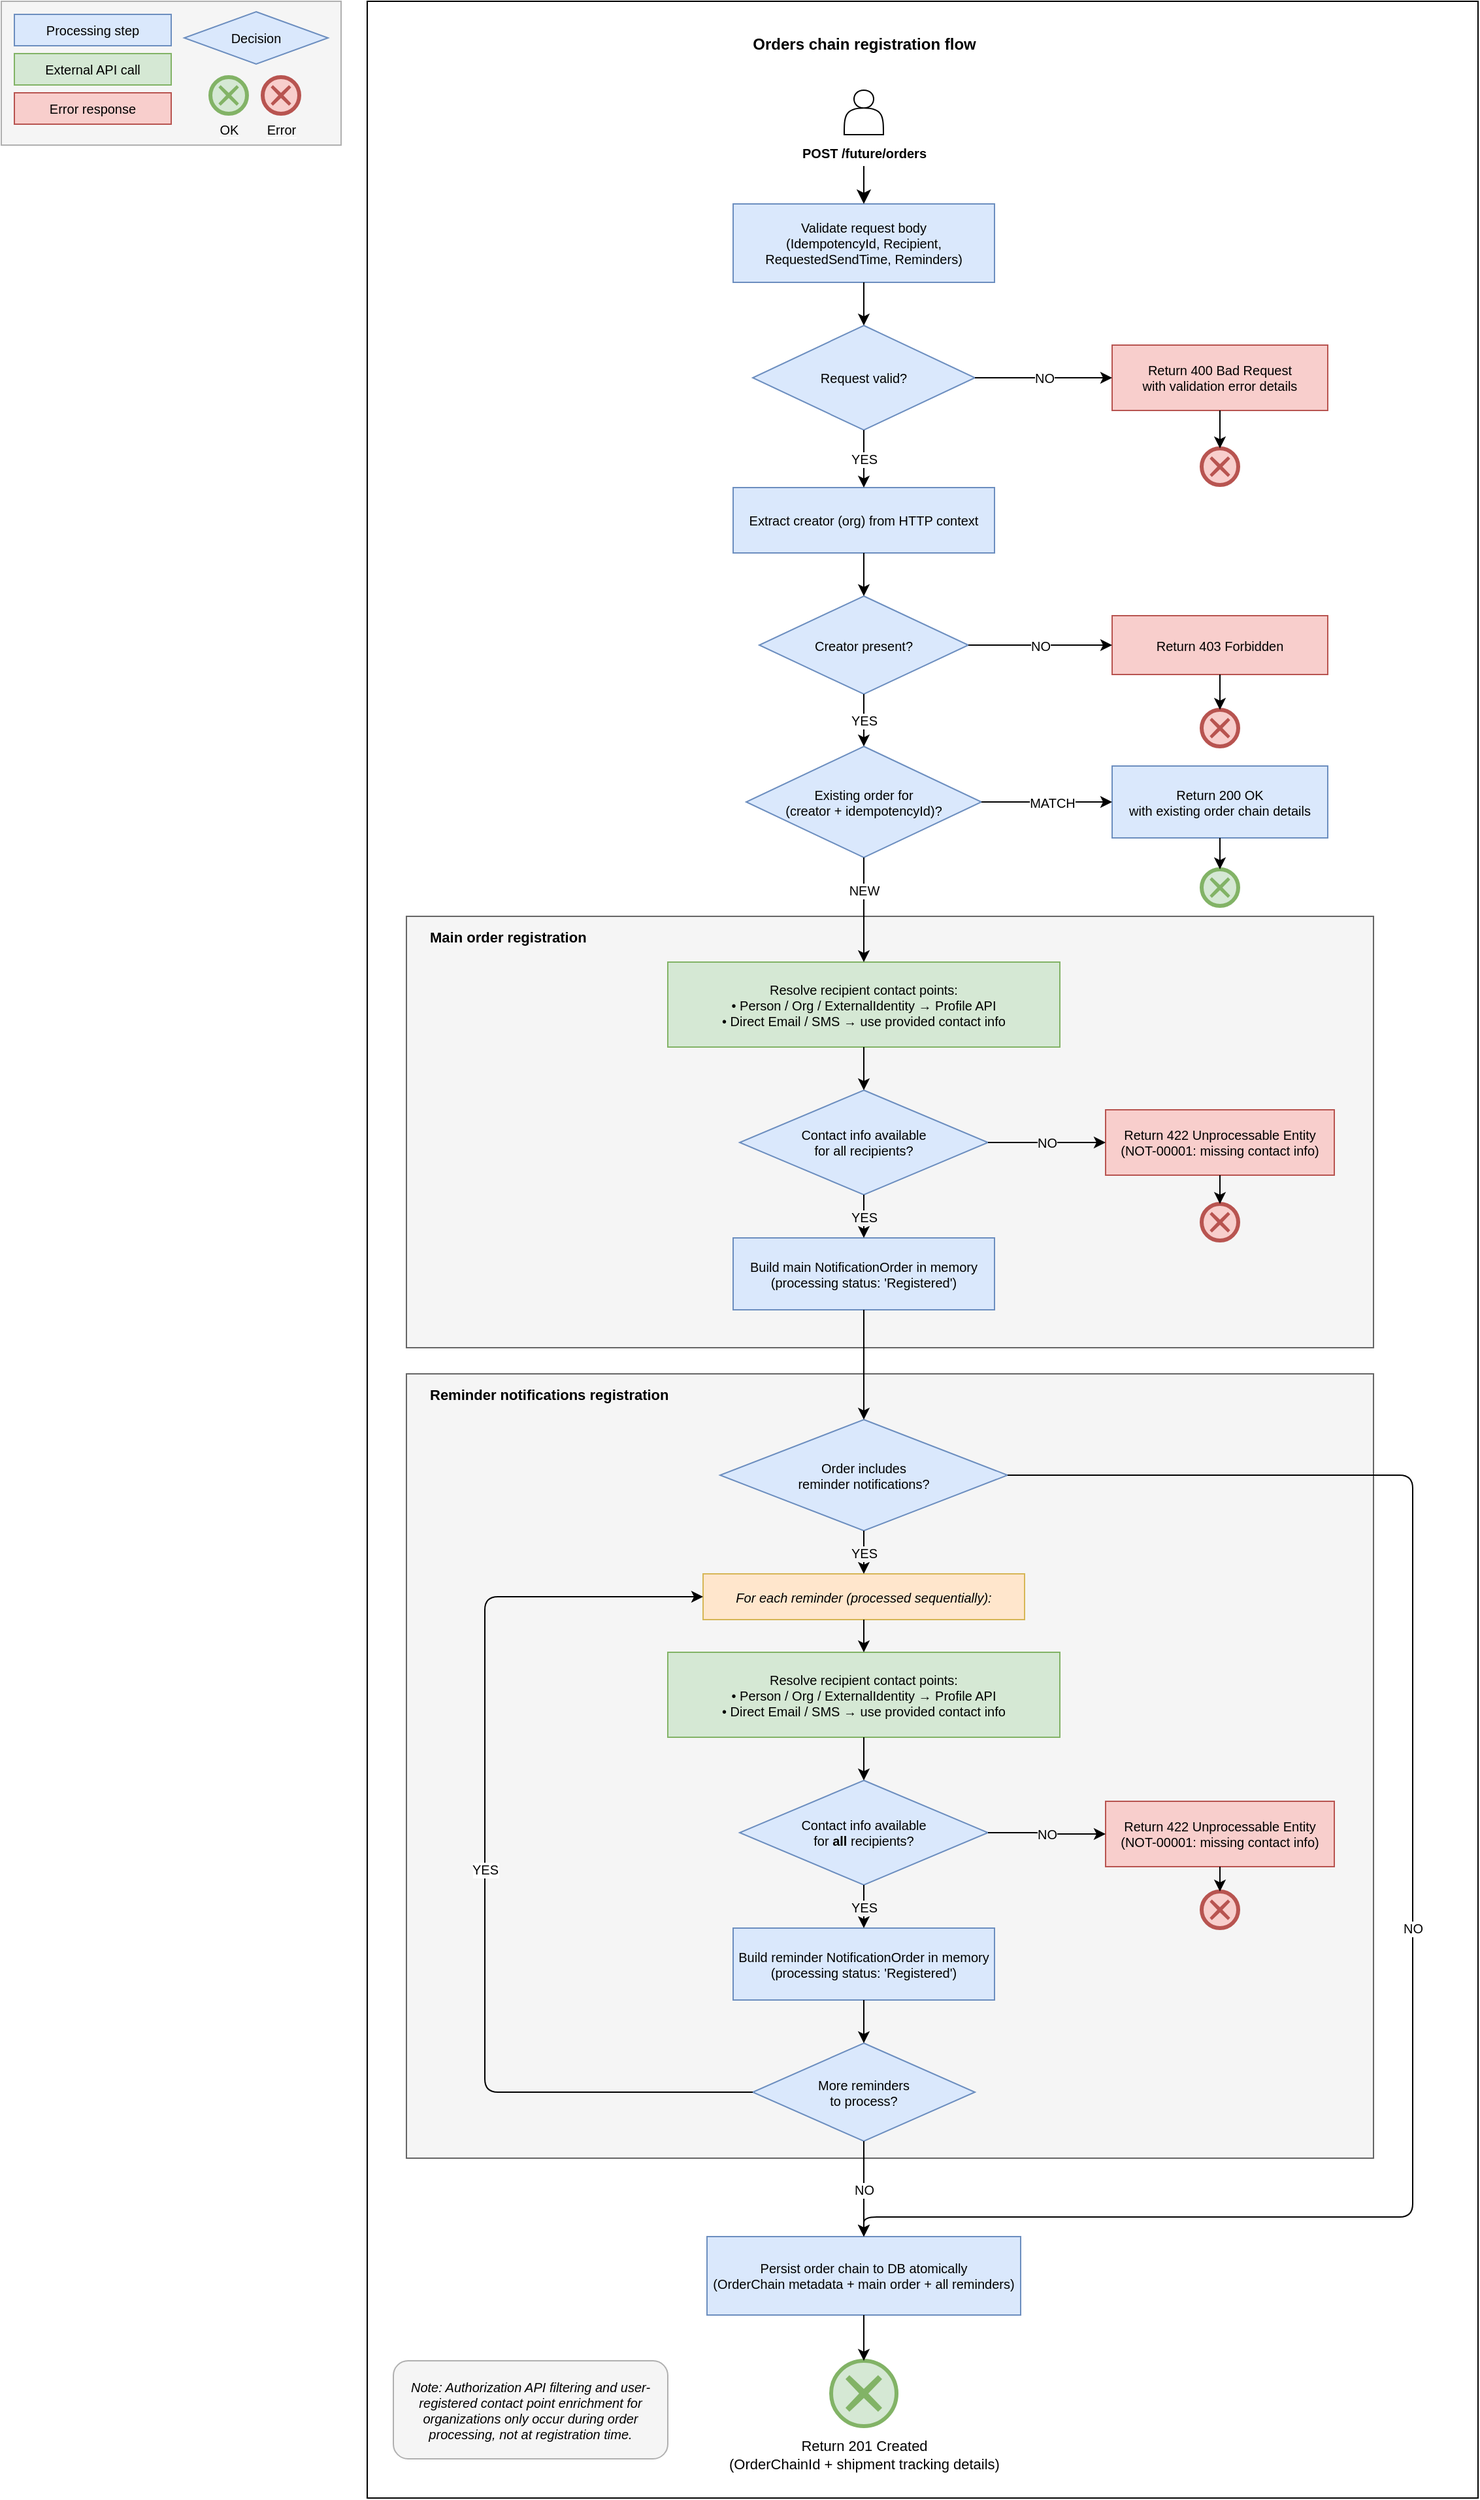
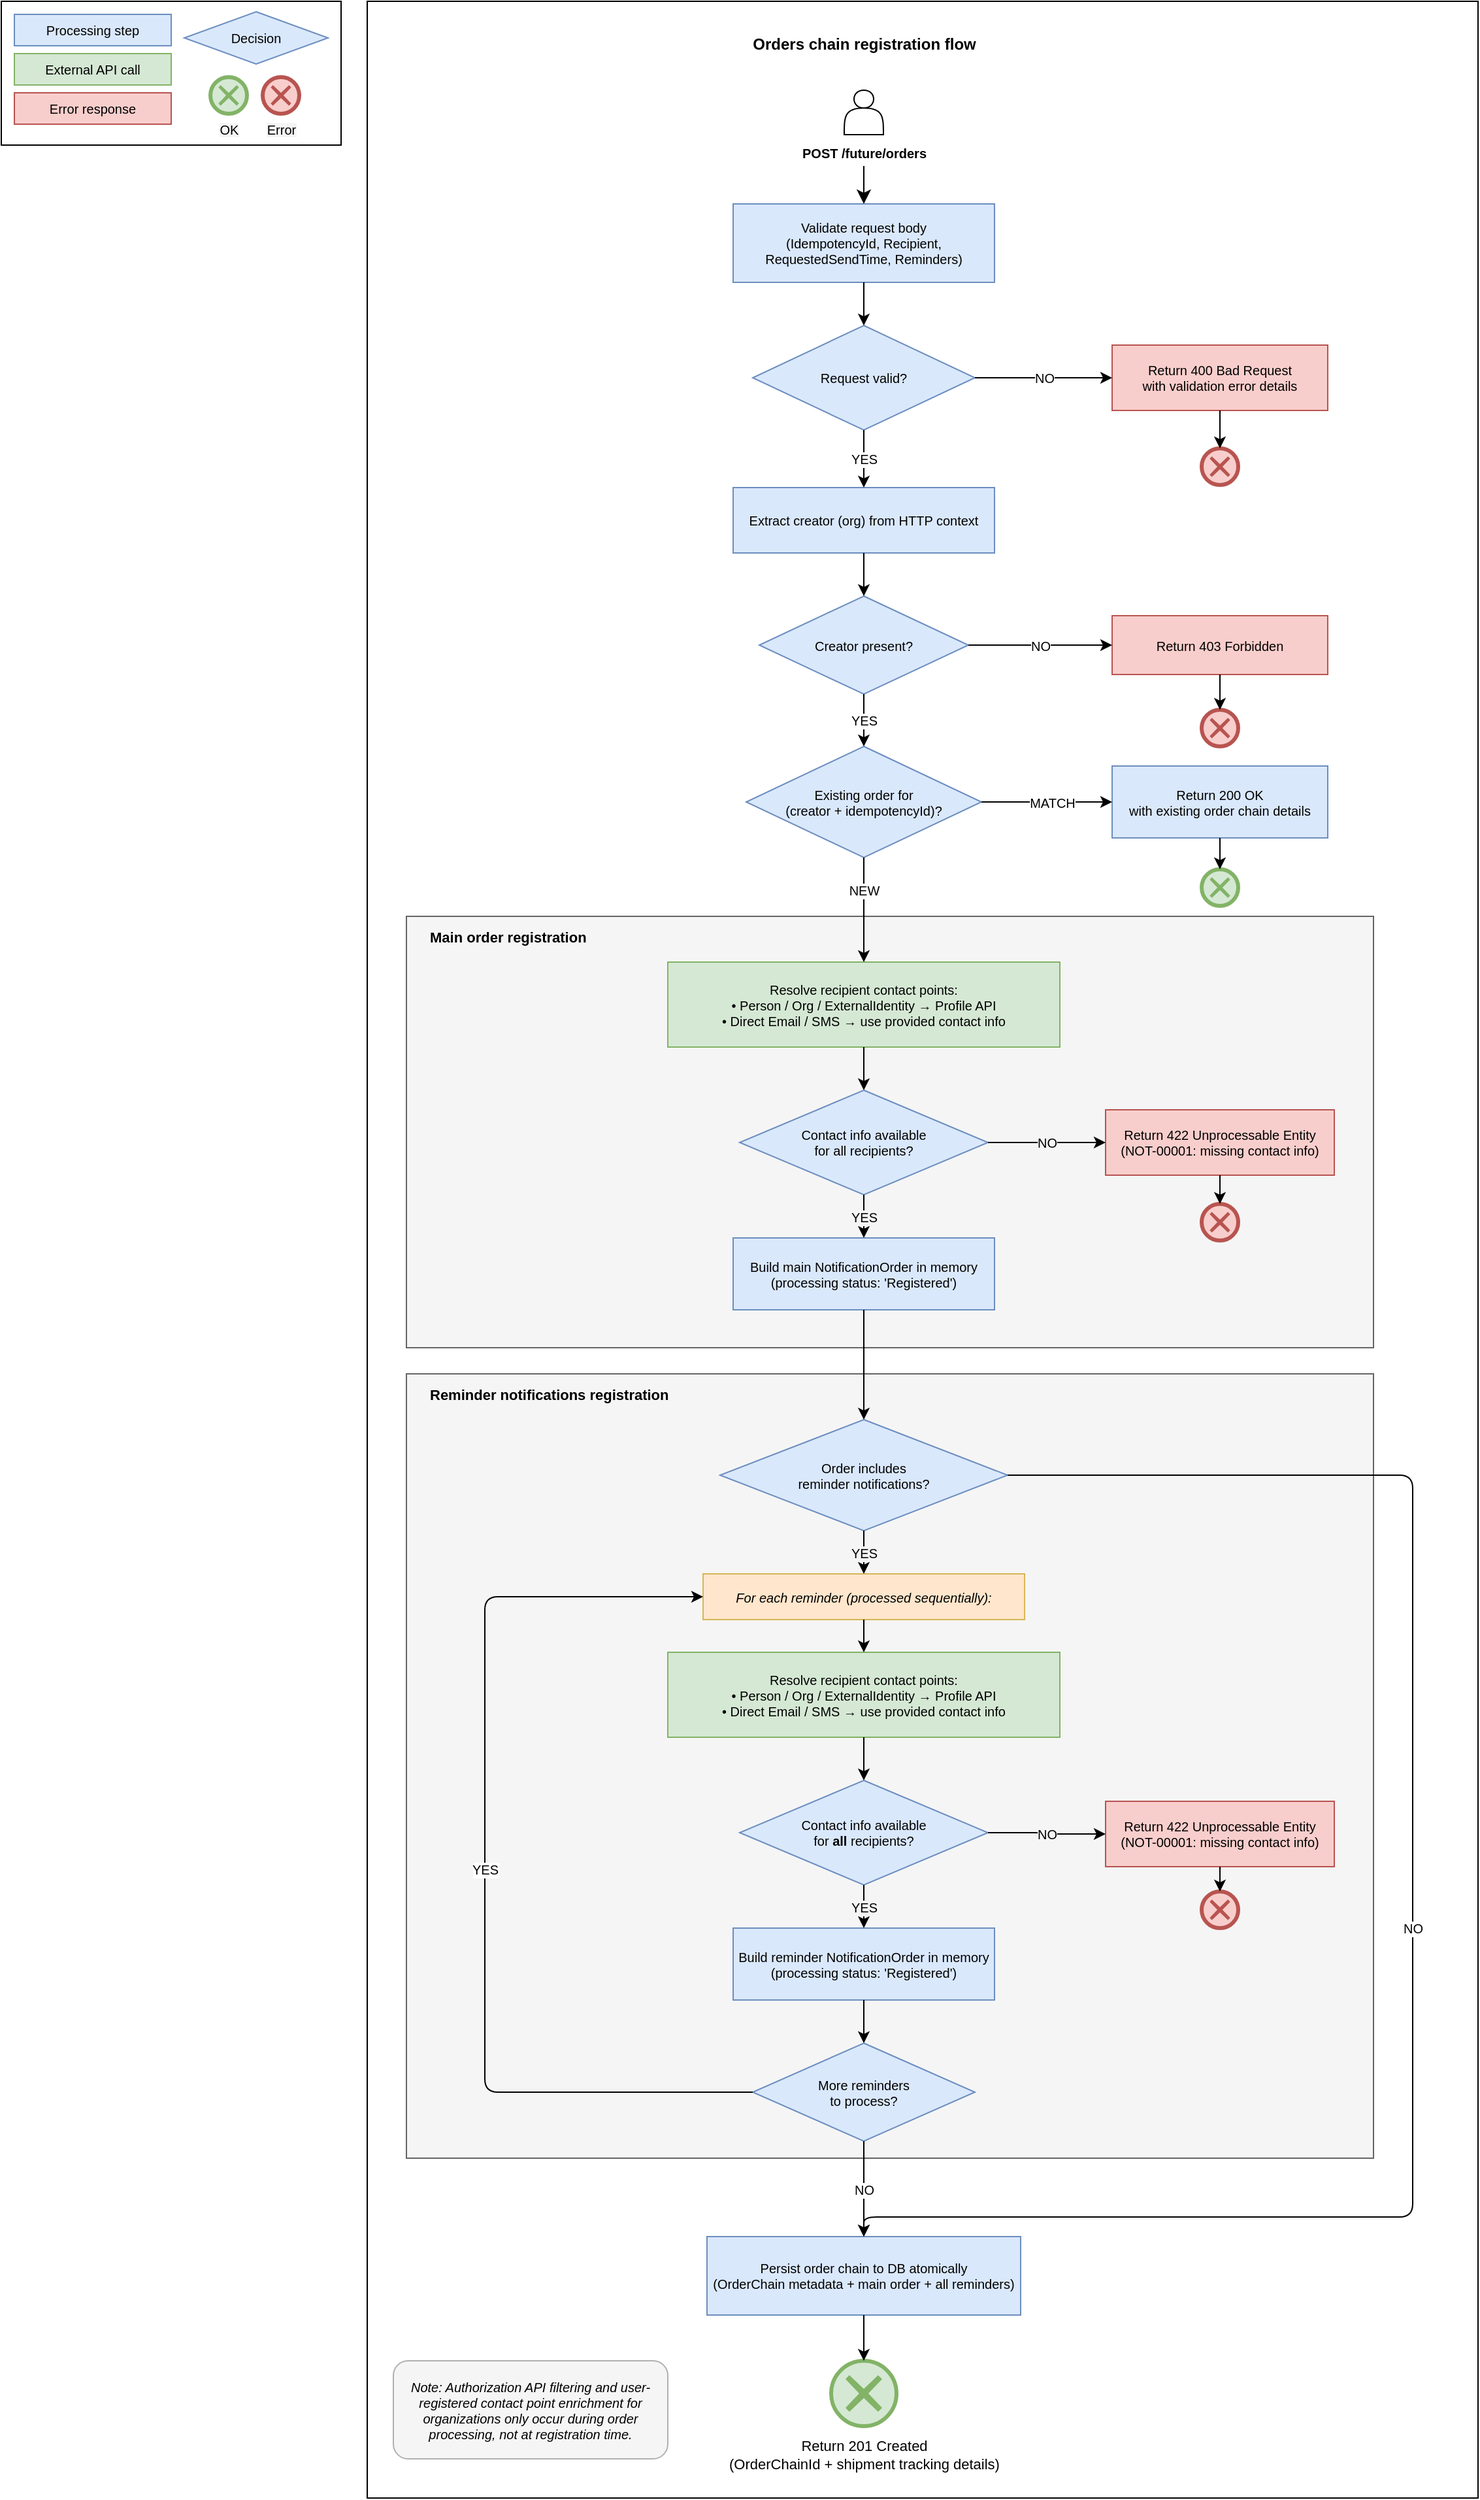
<mxfile host="65bd71144e">
    <diagram id="orders-chain-registration-v1" name="Orders Chain Registration">
        <mxGraphModel dx="1830" dy="798" grid="1" gridSize="10" guides="1" tooltips="1" connect="1" arrows="1" fold="1" page="0" pageScale="1" pageWidth="920" pageHeight="2000" math="0" shadow="0">
            <root>
                <mxCell id="0"/>
                <mxCell id="1" parent="0"/>
                <mxCell id="3" value="" style="rounded=0;whiteSpace=wrap;html=1;" vertex="1" parent="1">
                    <mxGeometry x="10" width="850" height="1910" as="geometry"/>
                </mxCell>
                <mxCell id="main-bg" value="" style="rounded=0;whiteSpace=wrap;html=1;fillColor=#f5f5f5;strokeColor=#666666;fontColor=#333333;" parent="1" vertex="1">
                    <mxGeometry x="40" y="700" width="740" height="330" as="geometry"/>
                </mxCell>
                <mxCell id="reminders-bg" value="" style="rounded=0;whiteSpace=wrap;html=1;fillColor=#f5f5f5;fontColor=#333333;strokeColor=#666666;" parent="1" vertex="1">
                    <mxGeometry x="40" y="1050" width="740" height="600" as="geometry"/>
                </mxCell>
-                 <mxCell id="legend-bg" value="" style="rounded=0;whiteSpace=wrap;html=1;fillColor=#f5f5f5;strokeColor=#b0b0b0;" parent="1" vertex="1">
+                 <mxCell id="legend-bg" value="" style="rounded=0;whiteSpace=wrap;html=1;" parent="1" vertex="1">
                    <mxGeometry x="-270" width="260" height="110" as="geometry"/>
                </mxCell>
                <mxCell id="title" value="&lt;font style=&quot;font-size: 12px;&quot;&gt;Orders chain registration flow&lt;/font&gt;" style="text;html=1;align=center;verticalAlign=middle;strokeColor=none;fillColor=none;fontSize=11;fontStyle=1;" parent="1" vertex="1">
                    <mxGeometry x="220" y="20" width="340" height="25" as="geometry"/>
                </mxCell>
                <mxCell id="legend-blue" value="Processing step" style="rounded=0;whiteSpace=wrap;html=1;fillColor=#dae8fc;strokeColor=#6c8ebf;fontSize=10;" parent="1" vertex="1">
                    <mxGeometry x="-260" y="10" width="120" height="24" as="geometry"/>
                </mxCell>
                <mxCell id="legend-green" value="External API call" style="rounded=0;whiteSpace=wrap;html=1;fillColor=#d5e8d4;strokeColor=#82b366;fontSize=10;" parent="1" vertex="1">
                    <mxGeometry x="-260" y="40" width="120" height="24" as="geometry"/>
                </mxCell>
                <mxCell id="legend-red" value="Error response" style="rounded=0;whiteSpace=wrap;html=1;fillColor=#f8cecc;strokeColor=#b85450;fontSize=10;" parent="1" vertex="1">
                    <mxGeometry x="-260" y="70" width="120" height="24" as="geometry"/>
                </mxCell>
                <mxCell id="legend-diamond" value="Decision" style="rhombus;whiteSpace=wrap;html=1;fontSize=10;fillColor=#dae8fc;strokeColor=#6c8ebf;" parent="1" vertex="1">
                    <mxGeometry x="-130" y="8" width="110" height="40" as="geometry"/>
                </mxCell>
                <mxCell id="legend-end-ok" value="&lt;span style=&quot;background-color: rgb(245, 245, 245);&quot;&gt;OK&lt;/span&gt;" style="points=[[0.145,0.145,0],[0.5,0,0],[0.855,0.145,0],[1,0.5,0],[0.855,0.855,0],[0.5,1,0],[0.145,0.855,0],[0,0.5,0]];shape=mxgraph.bpmn.event;html=1;verticalLabelPosition=bottom;labelBackgroundColor=#ffffff;verticalAlign=top;align=center;perimeter=ellipsePerimeter;outlineConnect=0;aspect=fixed;outline=end;symbol=cancel;fillColor=#d5e8d4;strokeColor=#82b366;fontSize=10;" parent="1" vertex="1">
                    <mxGeometry x="-110" y="58" width="28" height="28" as="geometry"/>
                </mxCell>
                <mxCell id="legend-end-err" value="&lt;span style=&quot;background-color: light-dark(rgb(245, 245, 245), rgb(18, 18, 18));&quot;&gt;&lt;font&gt;Error&lt;/font&gt;&lt;/span&gt;" style="points=[[0.145,0.145,0],[0.5,0,0],[0.855,0.145,0],[1,0.5,0],[0.855,0.855,0],[0.5,1,0],[0.145,0.855,0],[0,0.5,0]];shape=mxgraph.bpmn.event;html=1;verticalLabelPosition=bottom;labelBackgroundColor=#ffffff;verticalAlign=top;align=center;perimeter=ellipsePerimeter;outlineConnect=0;aspect=fixed;outline=end;symbol=cancel;fillColor=#f8cecc;strokeColor=#b85450;fontSize=10;" parent="1" vertex="1">
                    <mxGeometry x="-70" y="58" width="28" height="28" as="geometry"/>
                </mxCell>
                <mxCell id="main-section-title" value="&lt;font style=&quot;font-size: 11px;&quot;&gt;Main order registration&lt;/font&gt;" style="text;html=1;align=left;verticalAlign=middle;strokeColor=none;fillColor=none;fontSize=10;fontStyle=1;" parent="1" vertex="1">
                    <mxGeometry x="56" y="706" width="260" height="20" as="geometry"/>
                </mxCell>
                <mxCell id="reminders-section-title" value="&lt;font style=&quot;font-size: 11px;&quot;&gt;Reminder notifications registration&lt;/font&gt;" style="text;html=1;align=left;verticalAlign=middle;strokeColor=none;fillColor=none;fontSize=10;fontStyle=1;" parent="1" vertex="1">
                    <mxGeometry x="56" y="1056" width="300" height="20" as="geometry"/>
                </mxCell>
                <mxCell id="start-label" value="&lt;b&gt;POST /future/orders&lt;/b&gt;" style="text;html=1;align=center;verticalAlign=middle;strokeColor=none;fillColor=none;fontSize=10;" parent="1" vertex="1">
                    <mxGeometry x="350" y="106" width="80" height="20" as="geometry"/>
                </mxCell>
                <mxCell id="validate-box" value="Validate request body&lt;br&gt;(IdempotencyId, Recipient, RequestedSendTime, Reminders)" style="rounded=0;whiteSpace=wrap;html=1;fillColor=#dae8fc;strokeColor=#6c8ebf;fontSize=10;" parent="1" vertex="1">
                    <mxGeometry x="290" y="155" width="200" height="60" as="geometry"/>
                </mxCell>
                <mxCell id="valid-diamond" value="Request valid?" style="rhombus;whiteSpace=wrap;html=1;fontSize=10;fillColor=#dae8fc;strokeColor=#6c8ebf;" parent="1" vertex="1">
                    <mxGeometry x="305" y="248" width="170" height="80" as="geometry"/>
                </mxCell>
                <mxCell id="box-400" value="Return 400 Bad Request&lt;br&gt;with validation error details" style="rounded=0;whiteSpace=wrap;html=1;fillColor=#f8cecc;strokeColor=#b85450;fontSize=10;" parent="1" vertex="1">
                    <mxGeometry x="580" y="263" width="165" height="50" as="geometry"/>
                </mxCell>
                <mxCell id="end-400" value="" style="points=[[0.145,0.145,0],[0.5,0,0],[0.855,0.145,0],[1,0.5,0],[0.855,0.855,0],[0.5,1,0],[0.145,0.855,0],[0,0.5,0]];shape=mxgraph.bpmn.event;html=1;perimeter=ellipsePerimeter;aspect=fixed;outline=end;symbol=cancel;fillColor=#f8cecc;strokeColor=#b85450;" parent="1" vertex="1">
                    <mxGeometry x="648.5" y="342" width="28" height="28" as="geometry"/>
                </mxCell>
                <mxCell id="extract-creator" value="Extract creator (org) from HTTP context" style="rounded=0;whiteSpace=wrap;html=1;fillColor=#dae8fc;strokeColor=#6c8ebf;fontSize=10;" parent="1" vertex="1">
                    <mxGeometry x="290" y="372" width="200" height="50" as="geometry"/>
                </mxCell>
                <mxCell id="creator-diamond" value="Creator present?" style="rhombus;whiteSpace=wrap;html=1;fontSize=10;fillColor=#dae8fc;strokeColor=#6c8ebf;" parent="1" vertex="1">
                    <mxGeometry x="310" y="455" width="160" height="75" as="geometry"/>
                </mxCell>
                <mxCell id="box-403" value="Return 403 Forbidden" style="rounded=0;whiteSpace=wrap;html=1;fillColor=#f8cecc;strokeColor=#b85450;fontSize=10;" parent="1" vertex="1">
                    <mxGeometry x="580" y="470" width="165" height="45" as="geometry"/>
                </mxCell>
                <mxCell id="end-403" value="" style="points=[[0.145,0.145,0],[0.5,0,0],[0.855,0.145,0],[1,0.5,0],[0.855,0.855,0],[0.5,1,0],[0.145,0.855,0],[0,0.5,0]];shape=mxgraph.bpmn.event;html=1;perimeter=ellipsePerimeter;aspect=fixed;outline=end;symbol=cancel;fillColor=#f8cecc;strokeColor=#b85450;" parent="1" vertex="1">
                    <mxGeometry x="648.5" y="542" width="28" height="28" as="geometry"/>
                </mxCell>
                <mxCell id="idempotency-diamond" value="Existing order for&lt;br&gt;(creator + idempotencyId)?" style="rhombus;whiteSpace=wrap;html=1;fontSize=10;fillColor=#dae8fc;strokeColor=#6c8ebf;" parent="1" vertex="1">
                    <mxGeometry x="300" y="570" width="180" height="85" as="geometry"/>
                </mxCell>
                <mxCell id="box-200" value="Return 200 OK&lt;br&gt;with existing order chain details" style="rounded=0;whiteSpace=wrap;html=1;fillColor=#dae8fc;strokeColor=#6c8ebf;fontSize=10;" parent="1" vertex="1">
                    <mxGeometry x="580" y="585" width="165" height="55" as="geometry"/>
                </mxCell>
                <mxCell id="end-200" value="" style="points=[[0.145,0.145,0],[0.5,0,0],[0.855,0.145,0],[1,0.5,0],[0.855,0.855,0],[0.5,1,0],[0.145,0.855,0],[0,0.5,0]];shape=mxgraph.bpmn.event;html=1;perimeter=ellipsePerimeter;aspect=fixed;outline=end;symbol=cancel;fillColor=#d5e8d4;strokeColor=#82b366;" parent="1" vertex="1">
                    <mxGeometry x="648.5" y="664" width="28" height="28" as="geometry"/>
                </mxCell>
                <mxCell id="lookup-main" value="Resolve recipient contact points:&lt;div&gt;• Person / Org / ExternalIdentity → Profile API&lt;/div&gt;&lt;div&gt;• Direct Email / SMS → use provided contact info&lt;/div&gt;" style="rounded=0;whiteSpace=wrap;html=1;fillColor=#d5e8d4;strokeColor=#82b366;fontSize=10;" parent="1" vertex="1">
                    <mxGeometry x="240" y="735" width="300" height="65" as="geometry"/>
                </mxCell>
                <mxCell id="contact-main-diamond" value="Contact info available&lt;br&gt;for all recipients?" style="rhombus;whiteSpace=wrap;html=1;fontSize=10;fillColor=#dae8fc;strokeColor=#6c8ebf;" parent="1" vertex="1">
                    <mxGeometry x="295" y="833" width="190" height="80" as="geometry"/>
                </mxCell>
                <mxCell id="box-422-main" value="Return 422 Unprocessable Entity&lt;br&gt;(NOT-00001: missing contact info)" style="rounded=0;whiteSpace=wrap;html=1;fillColor=#f8cecc;strokeColor=#b85450;fontSize=10;" parent="1" vertex="1">
                    <mxGeometry x="575" y="848" width="175" height="50" as="geometry"/>
                </mxCell>
                <mxCell id="end-422-main" value="" style="points=[[0.145,0.145,0],[0.5,0,0],[0.855,0.145,0],[1,0.5,0],[0.855,0.855,0],[0.5,1,0],[0.145,0.855,0],[0,0.5,0]];shape=mxgraph.bpmn.event;html=1;perimeter=ellipsePerimeter;aspect=fixed;outline=end;symbol=cancel;fillColor=#f8cecc;strokeColor=#b85450;" parent="1" vertex="1">
                    <mxGeometry x="648.5" y="920" width="28" height="28" as="geometry"/>
                </mxCell>
                <mxCell id="store-main" value="Build main NotificationOrder in memory&lt;br&gt;(processing status: &#39;Registered&#39;)" style="rounded=0;whiteSpace=wrap;html=1;fillColor=#dae8fc;strokeColor=#6c8ebf;fontSize=10;" parent="1" vertex="1">
                    <mxGeometry x="290" y="946" width="200" height="55" as="geometry"/>
                </mxCell>
                <mxCell id="has-reminders-diamond" value="Order includes&lt;br&gt;reminder notifications?" style="rhombus;whiteSpace=wrap;html=1;fontSize=10;fillColor=#dae8fc;strokeColor=#6c8ebf;" parent="1" vertex="1">
                    <mxGeometry x="280" y="1085" width="220" height="85" as="geometry"/>
                </mxCell>
                <mxCell id="reminder-loop-label" value="For each reminder (processed sequentially):" style="rounded=0;whiteSpace=wrap;html=1;fillColor=#ffe6cc;strokeColor=#d6b656;fontSize=10;fontStyle=2;" parent="1" vertex="1">
                    <mxGeometry x="267" y="1203" width="246" height="35" as="geometry"/>
                </mxCell>
                <mxCell id="lookup-reminder" value="Resolve recipient contact points:&lt;div&gt;• Person / Org / ExternalIdentity → Profile API&lt;/div&gt;&lt;div&gt;• Direct Email / SMS → use provided contact info&lt;/div&gt;" style="rounded=0;whiteSpace=wrap;html=1;fillColor=#d5e8d4;strokeColor=#82b366;fontSize=10;" parent="1" vertex="1">
                    <mxGeometry x="240" y="1263" width="300" height="65" as="geometry"/>
                </mxCell>
                <mxCell id="contact-reminder-diamond" value="Contact info available&lt;br&gt;for &lt;b&gt;all&lt;/b&gt; recipients?" style="rhombus;whiteSpace=wrap;html=1;fontSize=10;fillColor=#dae8fc;strokeColor=#6c8ebf;" parent="1" vertex="1">
                    <mxGeometry x="295" y="1361" width="190" height="80" as="geometry"/>
                </mxCell>
                <mxCell id="box-422-reminder" value="&lt;span style=&quot;color: rgb(0, 0, 0);&quot;&gt;Return 422 Unprocessable Entity&lt;/span&gt;&lt;br style=&quot;color: rgb(63, 63, 63); scrollbar-color: rgb(226, 226, 226) rgb(251, 251, 251);&quot;&gt;&lt;span style=&quot;color: rgb(0, 0, 0);&quot;&gt;(NOT-00001: missing contact info)&lt;/span&gt;" style="rounded=0;whiteSpace=wrap;html=1;fillColor=#f8cecc;strokeColor=#b85450;fontSize=10;" parent="1" vertex="1">
                    <mxGeometry x="575" y="1377" width="175" height="50" as="geometry"/>
                </mxCell>
                <mxCell id="end-422-reminder" value="" style="points=[[0.145,0.145,0],[0.5,0,0],[0.855,0.145,0],[1,0.5,0],[0.855,0.855,0],[0.5,1,0],[0.145,0.855,0],[0,0.5,0]];shape=mxgraph.bpmn.event;html=1;perimeter=ellipsePerimeter;aspect=fixed;outline=end;symbol=cancel;fillColor=#f8cecc;strokeColor=#b85450;" parent="1" vertex="1">
                    <mxGeometry x="648.5" y="1446" width="28" height="28" as="geometry"/>
                </mxCell>
                <mxCell id="store-reminder" value="Build reminder NotificationOrder in memory&lt;br&gt;(processing status: &#39;Registered&#39;)" style="rounded=0;whiteSpace=wrap;html=1;fillColor=#dae8fc;strokeColor=#6c8ebf;fontSize=10;" parent="1" vertex="1">
                    <mxGeometry x="290" y="1474" width="200" height="55" as="geometry"/>
                </mxCell>
                <mxCell id="more-reminders-diamond" value="More reminders&lt;br&gt;to process?" style="rhombus;whiteSpace=wrap;html=1;fontSize=10;fillColor=#dae8fc;strokeColor=#6c8ebf;" parent="1" vertex="1">
                    <mxGeometry x="305" y="1562" width="170" height="75" as="geometry"/>
                </mxCell>
                <mxCell id="persist-box" value="Persist order chain to DB atomically&lt;br&gt;(OrderChain metadata + main order + all reminders)" style="rounded=0;whiteSpace=wrap;html=1;fillColor=#dae8fc;strokeColor=#6c8ebf;fontSize=10;" parent="1" vertex="1">
                    <mxGeometry x="270" y="1710" width="240" height="60" as="geometry"/>
                </mxCell>
                <mxCell id="end-201" value="" style="points=[[0.145,0.145,0],[0.5,0,0],[0.855,0.145,0],[1,0.5,0],[0.855,0.855,0],[0.5,1,0],[0.145,0.855,0],[0,0.5,0]];shape=mxgraph.bpmn.event;html=1;perimeter=ellipsePerimeter;aspect=fixed;outline=end;symbol=cancel;fillColor=#d5e8d4;strokeColor=#82b366;" parent="1" vertex="1">
                    <mxGeometry x="365" y="1805" width="50" height="50" as="geometry"/>
                </mxCell>
                <mxCell id="end-201-label" value="&lt;font style=&quot;font-size: 11px;&quot;&gt;Return 201 Created&lt;br&gt;(OrderChainId + shipment tracking details)&lt;/font&gt;" style="text;html=1;align=center;verticalAlign=middle;strokeColor=none;fillColor=none;fontSize=10;" parent="1" vertex="1">
                    <mxGeometry x="230" y="1862" width="320" height="30" as="geometry"/>
                </mxCell>
                <mxCell id="note-auth" value="&lt;i&gt;&lt;font&gt;Note: Authorization API filtering and user-registered contact point enrichment for organizations only occur during order&lt;br&gt;processing, not at registration time.&lt;/font&gt;&lt;/i&gt;" style="rounded=1;whiteSpace=wrap;html=1;fillColor=#f5f5f5;strokeColor=#b0b0b0;fontSize=10;fontStyle=2;" parent="1" vertex="1">
                    <mxGeometry x="30" y="1805" width="210" height="75" as="geometry"/>
                </mxCell>
                <mxCell id="arrow-validate-diamond" value="" style="edgeStyle=orthogonalEdgeStyle;html=1;" parent="1" source="validate-box" target="valid-diamond" edge="1">
                    <mxGeometry relative="1" as="geometry"/>
                </mxCell>
                <mxCell id="arrow-invalid" value="NO" style="edgeStyle=orthogonalEdgeStyle;html=1;exitX=1;exitY=0.5;exitDx=0;exitDy=0;entryX=0;entryY=0.5;entryDx=0;entryDy=0;fontSize=10;" parent="1" source="valid-diamond" target="box-400" edge="1">
                    <mxGeometry relative="1" as="geometry">
                        <Array as="points">
                            <mxPoint x="575" y="288"/>
                        </Array>
                    </mxGeometry>
                </mxCell>
                <mxCell id="arrow-400-end" value="" style="edgeStyle=orthogonalEdgeStyle;html=1;" parent="1" source="box-400" target="end-400" edge="1">
                    <mxGeometry relative="1" as="geometry"/>
                </mxCell>
                <mxCell id="arrow-valid-creator" value="YES" style="edgeStyle=orthogonalEdgeStyle;html=1;exitX=0.5;exitY=1;exitDx=0;exitDy=0;entryX=0.5;entryY=0;entryDx=0;entryDy=0;fontSize=10;" parent="1" source="valid-diamond" target="extract-creator" edge="1">
                    <mxGeometry relative="1" as="geometry"/>
                </mxCell>
                <mxCell id="arrow-creator-diamond" value="" style="edgeStyle=orthogonalEdgeStyle;html=1;" parent="1" source="extract-creator" target="creator-diamond" edge="1">
                    <mxGeometry relative="1" as="geometry"/>
                </mxCell>
                <mxCell id="arrow-no-creator" value="NO" style="edgeStyle=orthogonalEdgeStyle;html=1;exitX=1;exitY=0.5;exitDx=0;exitDy=0;entryX=0;entryY=0.5;entryDx=0;entryDy=0;fontSize=10;" parent="1" source="creator-diamond" target="box-403" edge="1">
                    <mxGeometry relative="1" as="geometry"/>
                </mxCell>
                <mxCell id="arrow-403-end" value="" style="edgeStyle=orthogonalEdgeStyle;html=1;" parent="1" source="box-403" target="end-403" edge="1">
                    <mxGeometry relative="1" as="geometry"/>
                </mxCell>
                <mxCell id="arrow-yes-creator" value="YES" style="edgeStyle=orthogonalEdgeStyle;html=1;exitX=0.5;exitY=1;exitDx=0;exitDy=0;entryX=0.5;entryY=0;entryDx=0;entryDy=0;fontSize=10;" parent="1" source="creator-diamond" target="idempotency-diamond" edge="1">
                    <mxGeometry relative="1" as="geometry"/>
                </mxCell>
                <mxCell id="arrow-match" value="MATCH" style="edgeStyle=orthogonalEdgeStyle;html=1;exitX=1;exitY=0.5;exitDx=0;exitDy=0;entryX=0;entryY=0.5;entryDx=0;entryDy=0;fontSize=10;" parent="1" source="idempotency-diamond" target="box-200" edge="1">
                    <mxGeometry x="0.0667" relative="1" as="geometry">
                        <mxPoint as="offset"/>
                    </mxGeometry>
                </mxCell>
                <mxCell id="arrow-200-end" value="" style="edgeStyle=orthogonalEdgeStyle;html=1;" parent="1" source="box-200" target="end-200" edge="1">
                    <mxGeometry relative="1" as="geometry"/>
                </mxCell>
                <mxCell id="arrow-no-match" value="NEW" style="edgeStyle=orthogonalEdgeStyle;html=1;exitX=0.5;exitY=1;exitDx=0;exitDy=0;entryX=0.5;entryY=0;entryDx=0;entryDy=0;fontSize=10;" parent="1" source="idempotency-diamond" target="lookup-main" edge="1">
                    <mxGeometry x="-0.375" relative="1" as="geometry">
                        <mxPoint as="offset"/>
                    </mxGeometry>
                </mxCell>
                <mxCell id="arrow-lookup-contact-main" value="" style="edgeStyle=orthogonalEdgeStyle;html=1;" parent="1" source="lookup-main" target="contact-main-diamond" edge="1">
                    <mxGeometry relative="1" as="geometry"/>
                </mxCell>
                <mxCell id="arrow-missing-main" value="&lt;span&gt;NO&lt;/span&gt;" style="edgeStyle=orthogonalEdgeStyle;html=1;exitX=1;exitY=0.5;exitDx=0;exitDy=0;entryX=0;entryY=0.5;entryDx=0;entryDy=0;fontSize=10;labelBackgroundColor=#F5F5F5;" parent="1" source="contact-main-diamond" target="box-422-main" edge="1">
                    <mxGeometry relative="1" as="geometry"/>
                </mxCell>
                <mxCell id="arrow-422-main-end" value="" style="edgeStyle=orthogonalEdgeStyle;html=1;" parent="1" source="box-422-main" target="end-422-main" edge="1">
                    <mxGeometry relative="1" as="geometry"/>
                </mxCell>
                <mxCell id="arrow-contact-main-store" value="YES" style="edgeStyle=orthogonalEdgeStyle;html=1;exitX=0.5;exitY=1;exitDx=0;exitDy=0;entryX=0.5;entryY=0;entryDx=0;entryDy=0;fontSize=10;labelBackgroundColor=#F5F5F5;" parent="1" source="contact-main-diamond" target="store-main" edge="1">
                    <mxGeometry relative="1" as="geometry"/>
                </mxCell>
                <mxCell id="arrow-main-reminders" value="" style="edgeStyle=orthogonalEdgeStyle;html=1;" parent="1" source="store-main" target="has-reminders-diamond" edge="1">
                    <mxGeometry relative="1" as="geometry"/>
                </mxCell>
                <mxCell id="arrow-yes-reminders" value="&lt;span&gt;YES&lt;/span&gt;" style="edgeStyle=orthogonalEdgeStyle;html=1;exitX=0.5;exitY=1;exitDx=0;exitDy=0;entryX=0.5;entryY=0;entryDx=0;entryDy=0;fontSize=10;labelBackgroundColor=#F5F5F5;" parent="1" source="has-reminders-diamond" target="reminder-loop-label" edge="1">
                    <mxGeometry relative="1" as="geometry"/>
                </mxCell>
                <mxCell id="arrow-no-reminders" value="NO" style="edgeStyle=orthogonalEdgeStyle;html=1;exitX=1;exitY=0.5;exitDx=0;exitDy=0;entryX=0.5;entryY=0;entryDx=0;entryDy=0;fontSize=10;" parent="1" source="has-reminders-diamond" target="persist-box" edge="1">
                    <mxGeometry relative="1" as="geometry">
                        <Array as="points">
                            <mxPoint x="810" y="1127"/>
                            <mxPoint x="810" y="1695"/>
                            <mxPoint x="390" y="1695"/>
                        </Array>
                    </mxGeometry>
                </mxCell>
                <mxCell id="arrow-loop-lookup" value="" style="edgeStyle=orthogonalEdgeStyle;html=1;" parent="1" source="reminder-loop-label" target="lookup-reminder" edge="1">
                    <mxGeometry relative="1" as="geometry"/>
                </mxCell>
                <mxCell id="arrow-lookup-contact-reminder" value="" style="edgeStyle=orthogonalEdgeStyle;html=1;" parent="1" source="lookup-reminder" target="contact-reminder-diamond" edge="1">
                    <mxGeometry relative="1" as="geometry"/>
                </mxCell>
                <mxCell id="arrow-missing-reminder" value="&lt;span&gt;NO&lt;/span&gt;" style="edgeStyle=orthogonalEdgeStyle;html=1;exitX=1;exitY=0.5;exitDx=0;exitDy=0;entryX=0;entryY=0.5;entryDx=0;entryDy=0;fontSize=10;labelBackgroundColor=#F5F5F5;spacingLeft=-1;" parent="1" source="contact-reminder-diamond" target="box-422-reminder" edge="1">
                    <mxGeometry relative="1" as="geometry"/>
                </mxCell>
                <mxCell id="arrow-422-reminder-end" value="" style="edgeStyle=orthogonalEdgeStyle;html=1;" parent="1" source="box-422-reminder" target="end-422-reminder" edge="1">
                    <mxGeometry relative="1" as="geometry"/>
                </mxCell>
                <mxCell id="arrow-contact-reminder-store" value="&lt;span style=&quot;&quot;&gt;YES&lt;/span&gt;" style="edgeStyle=orthogonalEdgeStyle;html=1;exitX=0.5;exitY=1;exitDx=0;exitDy=0;entryX=0.5;entryY=0;entryDx=0;entryDy=0;fontSize=10;labelBackgroundColor=#F5F5F5;" parent="1" source="contact-reminder-diamond" target="store-reminder" edge="1">
                    <mxGeometry relative="1" as="geometry"/>
                </mxCell>
                <mxCell id="arrow-store-more" value="" style="edgeStyle=orthogonalEdgeStyle;html=1;" parent="1" source="store-reminder" target="more-reminders-diamond" edge="1">
                    <mxGeometry relative="1" as="geometry"/>
                </mxCell>
                <mxCell id="arrow-more-yes" value="YES" style="edgeStyle=orthogonalEdgeStyle;html=1;exitX=0;exitY=0.5;exitDx=0;exitDy=0;entryX=0;entryY=0.5;entryDx=0;entryDy=0;fontSize=10;" parent="1" source="more-reminders-diamond" target="reminder-loop-label" edge="1">
                    <mxGeometry relative="1" as="geometry">
                        <Array as="points">
                            <mxPoint x="100" y="1599"/>
                            <mxPoint x="100" y="1220"/>
                        </Array>
                    </mxGeometry>
                </mxCell>
                <mxCell id="arrow-more-no" value="NO" style="edgeStyle=orthogonalEdgeStyle;html=1;exitX=0.5;exitY=1;exitDx=0;exitDy=0;entryX=0.5;entryY=0;entryDx=0;entryDy=0;fontSize=10;" parent="1" source="more-reminders-diamond" target="persist-box" edge="1">
                    <mxGeometry relative="1" as="geometry"/>
                </mxCell>
                <mxCell id="arrow-persist-end" value="" style="edgeStyle=orthogonalEdgeStyle;html=1;" parent="1" source="persist-box" target="end-201" edge="1">
                    <mxGeometry relative="1" as="geometry"/>
                </mxCell>
                <mxCell id="2" value="" style="edgeStyle=segmentEdgeStyle;endArrow=classic;html=1;curved=0;rounded=0;endSize=8;startSize=8;exitX=0.5;exitY=1;exitDx=0;exitDy=0;entryX=0.5;entryY=0;entryDx=0;entryDy=0;" edge="1" parent="1" source="start-label" target="validate-box">
                    <mxGeometry width="50" height="50" relative="1" as="geometry">
                        <mxPoint x="660" y="200" as="sourcePoint"/>
                        <mxPoint x="710" y="150" as="targetPoint"/>
                    </mxGeometry>
                </mxCell>
                <mxCell id="4" value="" style="shape=actor;whiteSpace=wrap;html=1;" vertex="1" parent="1">
                    <mxGeometry x="375" y="68" width="30" height="34" as="geometry"/>
                </mxCell>
            </root>
        </mxGraphModel>
    </diagram>
</mxfile>